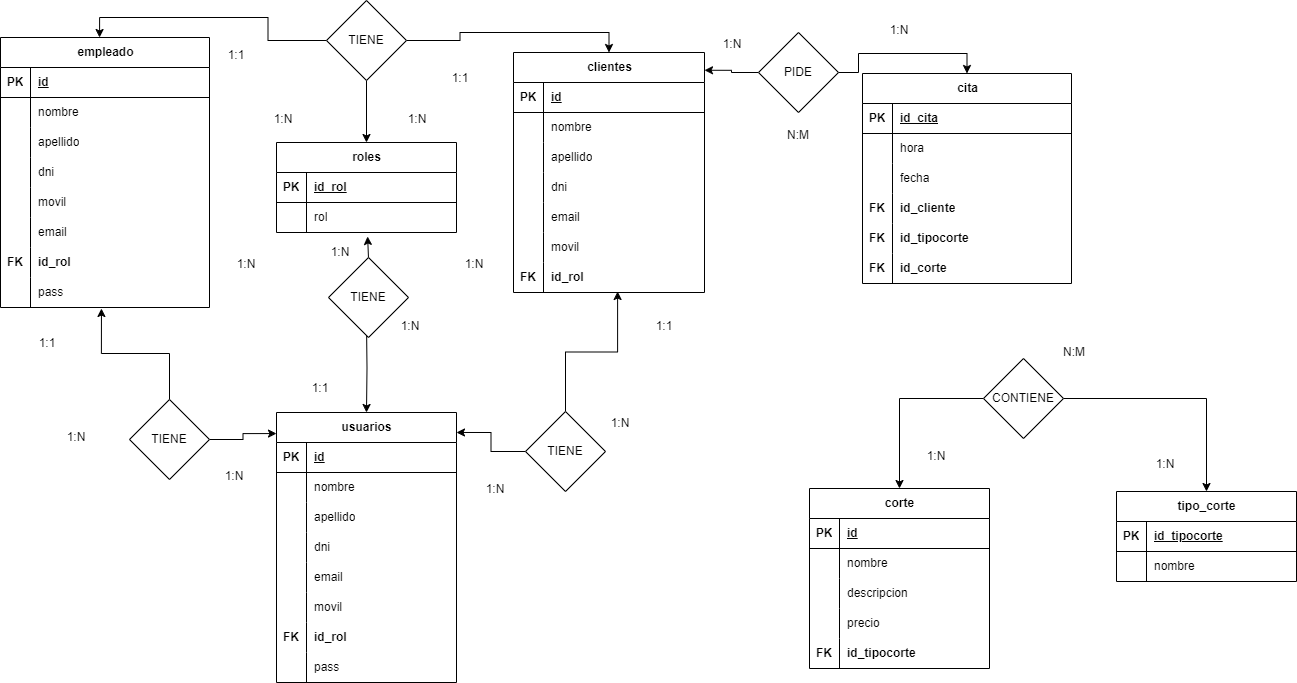
Jorgeev27/Servicio-Peluqueria keeps this draw.io diagram as doc/entidad_relacion/DrawIO/Entidad-Relacion.png. Above is the earlier version. Source tidied: cells renumbered, new cells last; positions are measured from the earlier drawing's top-left corner, leaving out a move shared by most shapes.
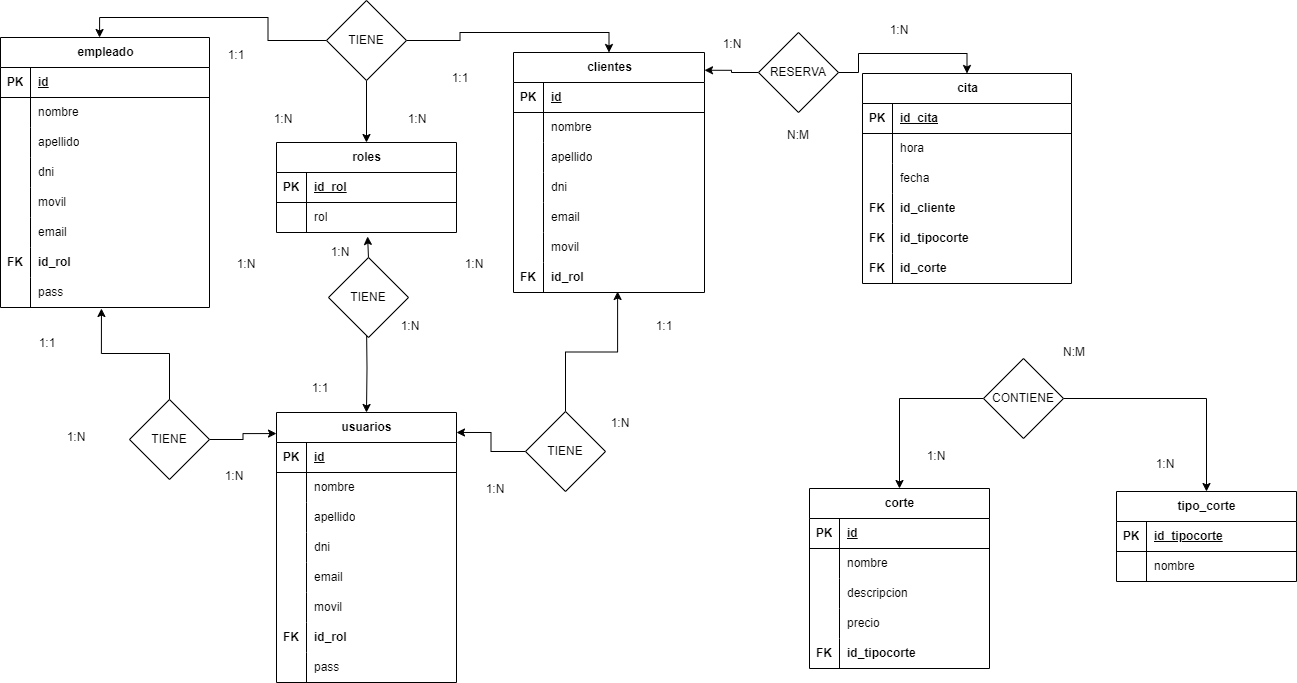
After the change.

Diff of the diagram source:
```diff
@@ -305,7 +305,7 @@
     <mxCell id="102" style="edgeStyle=orthogonalEdgeStyle;rounded=0;jettySize=auto;html=1;exitX=1;exitY=0.5;exitDx=0;exitDy=0;entryX=0.5;entryY=0;entryDx=0;entryDy=0;" parent="1" edge="1" source="103" target="43">
       <mxGeometry relative="1" as="geometry" />
     </mxCell>
-    <mxCell id="103" value="PIDE" style="rhombus;whiteSpace=wrap;html=1;" parent="1" vertex="1">
+    <mxCell id="103" value="RESERVA" style="rhombus;whiteSpace=wrap;html=1;" parent="1" vertex="1">
       <mxGeometry x="758" y="32" width="80" height="80" as="geometry" />
     </mxCell>
     <mxCell id="104" value="1:N" style="text;html=1;strokeColor=none;fillColor=none;align=center;verticalAlign=middle;whiteSpace=wrap;rounded=0;" parent="1" vertex="1">
```
